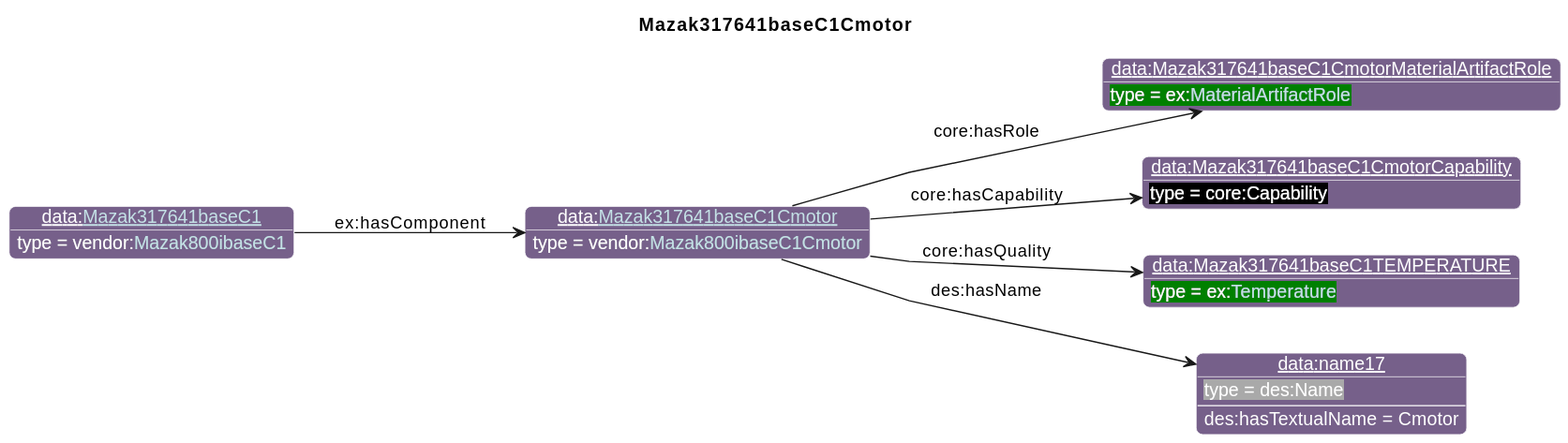
Earlier version of the PlantUML export diagrams/Mazak317641baseC1Cmotor.svg (iofoundry/example-syseng-mtconnect).
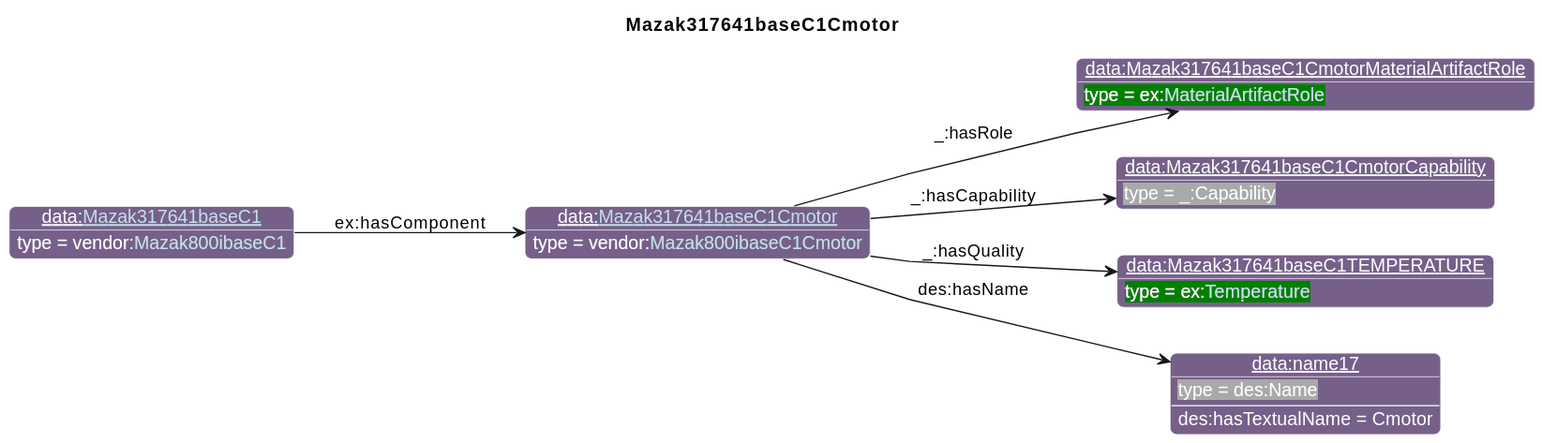
The same file after the commit.

What changed in the source:
```diff
@@ -27,13 +27,13 @@
       }
 individual(o0, data:[[./Mazak317641baseC1Cmotor.html Mazak317641baseC1Cmotor]], vendor:[[../Mazak.html#Mazak800ibaseC1Cmotor Mazak800ibaseC1Cmotor]])
 individual(o1, data:Mazak317641baseC1CmotorMaterialArtifactRole, ex:[[../Example.html#MaterialArtifactRole MaterialArtifactRole]])
-individual(o2, data:Mazak317641baseC1CmotorCapability, core:Capability)
+individual(o2, data:Mazak317641baseC1CmotorCapability, _:Capability)
 individual(o3, data:Mazak317641baseC1TEMPERATURE, ex:[[../Example.html#Temperature Temperature]])
 individual(o4, data:name17, des:Name)
 individual(o5, data:[[./Mazak317641baseC1.html Mazak317641baseC1]], vendor:[[../Mazak.html#Mazak800ibaseC1 Mazak800ibaseC1]])
-property(o0, "core:hasRole", o1)
-property(o0, "core:hasCapability", o2)
-property(o0, "core:hasQuality", o3)
+property(o0, "_:hasRole", o1)
+property(o0, "_:hasCapability", o2)
+property(o0, "_:hasQuality", o3)
 property(o0, "des:hasName", o4)
 data(o4, "des:hasTextualName", "Cmotor")
 property(o5, "ex:hasComponent", o0)
```
